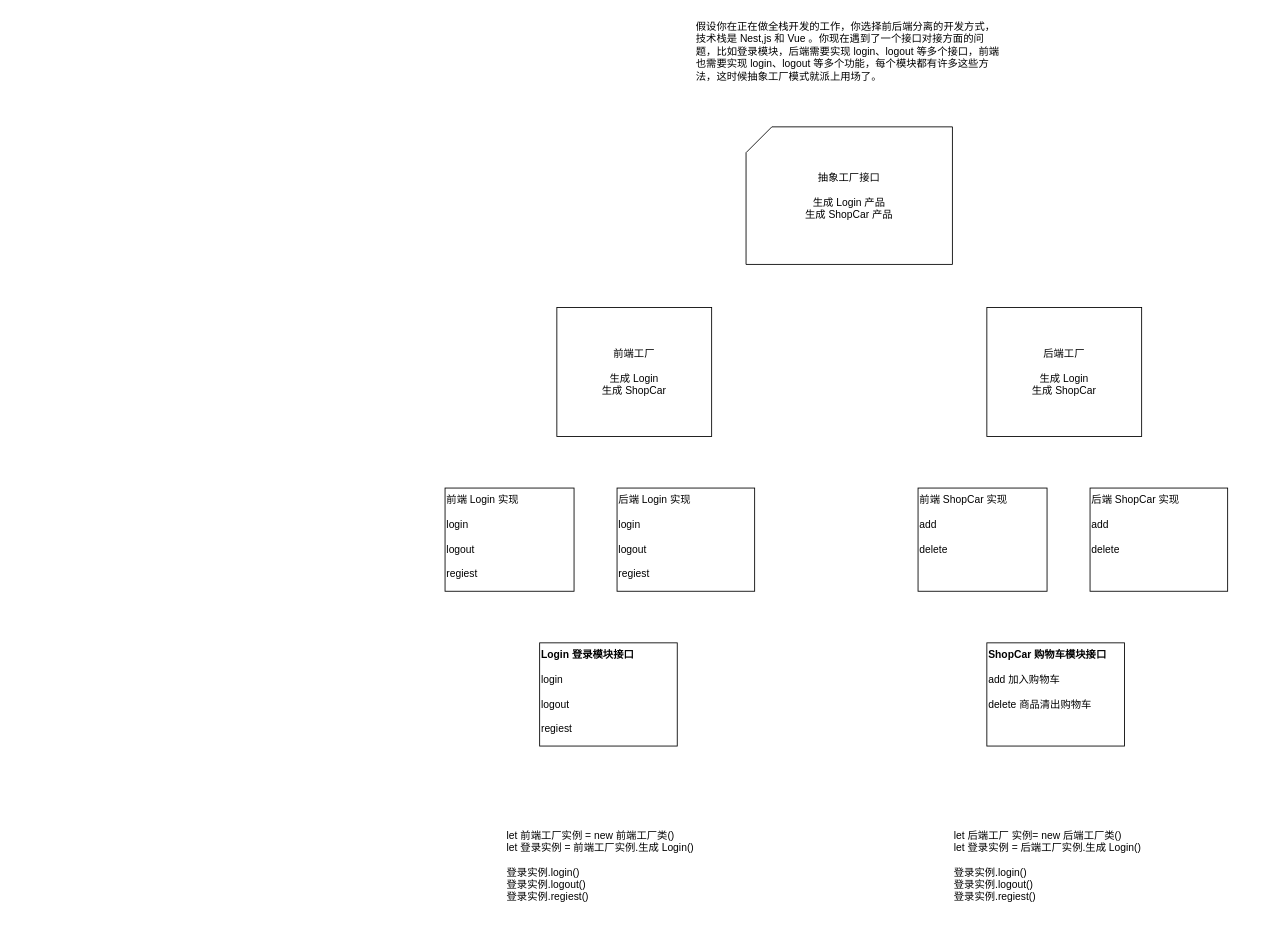
This is 抽象工厂模式使用示例（一）.drawio from Humyang/API-Diagram, a draw.io file, before an edit. Source tidied: cells renumbered, new cells numbered last; positions are measured from the earlier drawing's top-left corner, leaving out a move shared by most shapes. Both pictures are drawn from the tidied source at 86%, with x=0, y=0 at pixel (445, 15).
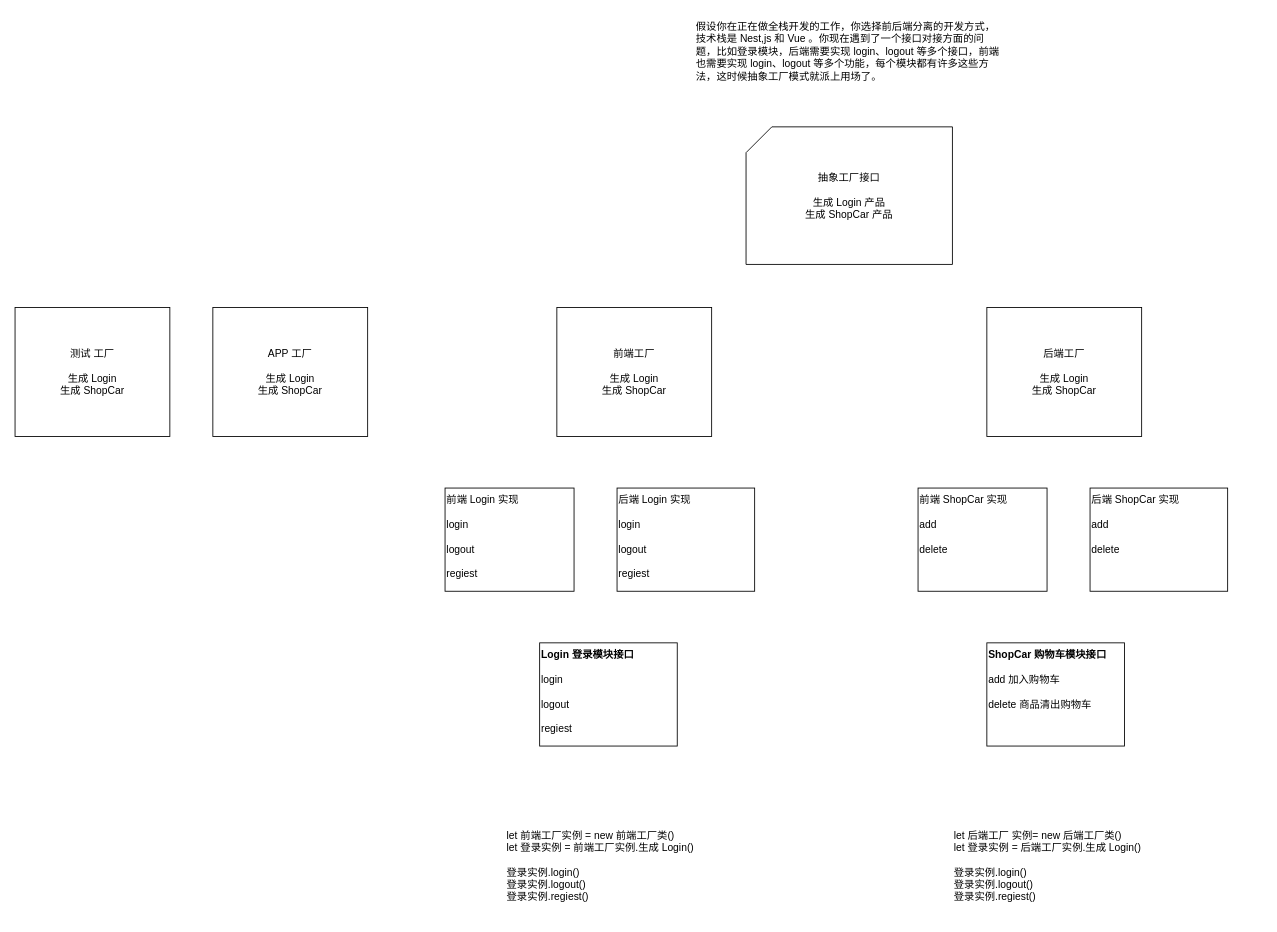
The same diagram, later.

Commit message:
更新抽象工厂模式使用示例（一）.drawio

What changed in the source:
```diff
@@
 <mxGraphModel>
   <root>
     <mxCell id="0" />
     <mxCell id="1" parent="0" />
     <mxCell id="2" value="假设你在正在做全栈开发的工作，你选择前后端分离的开发方式，技术栈是 Nest,js 和 Vue 。你现在遇到了一个接口对接方面的问题，比如登录模块，后端需要实现 login、logout 等多个接口，前端也需要实现 login、logout 等多个功能，每个模块都有许多这些方法，这时候抽象工厂模式就派上用场了。" style="text;html=1;strokeColor=none;fillColor=none;align=left;verticalAlign=top;whiteSpace=wrap;rounded=0;spacingTop=0;" parent="1" vertex="1">
       <mxGeometry x="290" width="360" height="130" as="geometry" />
     </mxCell>
     <mxCell id="3" value="&lt;b&gt;Login 登录模块接口&lt;/b&gt;&lt;br&gt;&lt;br&gt;login&amp;nbsp;&lt;br&gt;&lt;br&gt;logout&lt;br&gt;&lt;br&gt;regiest" style="rounded=0;whiteSpace=wrap;html=1;align=left;verticalAlign=top;" parent="1" vertex="1">
       <mxGeometry x="110" y="730" width="160" height="120" as="geometry" />
     </mxCell>
     <mxCell id="4" value="&lt;b&gt;ShopCar 购物车模块接口&lt;/b&gt;&lt;br&gt;&lt;br&gt;add 加入购物车&lt;br&gt;&lt;br&gt;delete 商品清出购物车" style="rounded=0;whiteSpace=wrap;html=1;align=left;verticalAlign=top;" parent="1" vertex="1">
       <mxGeometry x="630" y="730" width="160" height="120" as="geometry" />
     </mxCell>
     <mxCell id="5" value="前端 Login 实现&lt;br&gt;&lt;br&gt;login&lt;br&gt;&lt;br&gt;logout&lt;br&gt;&lt;br&gt;regiest" style="rounded=0;whiteSpace=wrap;html=1;align=left;verticalAlign=top;" parent="1" vertex="1">
       <mxGeometry y="550" width="150" height="120" as="geometry" />
     </mxCell>
     <mxCell id="6" value="后端 Login 实现&lt;br&gt;&lt;br&gt;login&lt;br&gt;&lt;br&gt;logout&lt;br&gt;&lt;br&gt;regiest" style="rounded=0;whiteSpace=wrap;html=1;align=left;verticalAlign=top;" parent="1" vertex="1">
       <mxGeometry x="200" y="550" width="160" height="120" as="geometry" />
     </mxCell>
     <mxCell id="7" value="前端 ShopCar 实现&lt;br&gt;&lt;br&gt;add&lt;br&gt;&lt;br&gt;delete" style="rounded=0;whiteSpace=wrap;html=1;align=left;verticalAlign=top;" parent="1" vertex="1">
       <mxGeometry x="550" y="550" width="150" height="120" as="geometry" />
     </mxCell>
     <mxCell id="8" value="后端 ShopCar 实现&lt;br&gt;&lt;br&gt;add&lt;br&gt;&lt;br&gt;delete" style="rounded=0;whiteSpace=wrap;html=1;align=left;verticalAlign=top;" parent="1" vertex="1">
       <mxGeometry x="750" y="550" width="160" height="120" as="geometry" />
     </mxCell>
     <mxCell id="9" value="前端工厂&lt;br&gt;&lt;br&gt;生成 Login&lt;br&gt;生成 ShopCar" style="rounded=0;whiteSpace=wrap;html=1;" parent="1" vertex="1">
       <mxGeometry x="130" y="340" width="180" height="150" as="geometry" />
     </mxCell>
     <mxCell id="10" value="后端工厂&lt;br&gt;&lt;br&gt;生成 Login&lt;br&gt;生成 ShopCar" style="rounded=0;whiteSpace=wrap;html=1;" parent="1" vertex="1">
       <mxGeometry x="630" y="340" width="180" height="150" as="geometry" />
     </mxCell>
     <mxCell id="11" value="抽象工厂接口&lt;br&gt;&lt;br&gt;生成 Login 产品&lt;br&gt;生成 ShopCar 产品" style="shape=card;whiteSpace=wrap;html=1;" parent="1" vertex="1">
       <mxGeometry x="350" y="130" width="240" height="160" as="geometry" />
     </mxCell>
     <mxCell id="12" value="let 前端工厂实例 = new 前端工厂类()&lt;br&gt;let 登录实例 = 前端工厂实例.生成 Login()&lt;br&gt;&lt;br&gt;登录实例.login()&lt;br&gt;登录实例.logout()&lt;br&gt;登录实例.regiest()" style="text;html=1;strokeColor=none;fillColor=none;align=left;verticalAlign=middle;whiteSpace=wrap;rounded=0;" parent="1" vertex="1">
       <mxGeometry x="70" y="930" width="360" height="120" as="geometry" />
     </mxCell>
     <mxCell id="13" value="let 后端工厂 实例= new 后端工厂类()&lt;br&gt;let 登录实例 = 后端工厂实例.生成 Login()&lt;br&gt;&lt;br&gt;登录实例.login()&lt;br&gt;登录实例.logout()&lt;br&gt;登录实例.regiest()" style="text;html=1;strokeColor=none;fillColor=none;align=left;verticalAlign=middle;whiteSpace=wrap;rounded=0;" parent="1" vertex="1">
       <mxGeometry x="590" y="930" width="360" height="120" as="geometry" />
     </mxCell>
+    <mxCell id="14" value="APP 工厂&lt;br&gt;&lt;br&gt;生成 Login&lt;br&gt;生成 ShopCar" style="rounded=0;whiteSpace=wrap;html=1;" parent="1" vertex="1">
+      <mxGeometry x="-270" y="340" width="180" height="150" as="geometry" />
+    </mxCell>
+    <mxCell id="15" value="测试 工厂&lt;br&gt;&lt;br&gt;生成 Login&lt;br&gt;生成 ShopCar" style="rounded=0;whiteSpace=wrap;html=1;" parent="1" vertex="1">
+      <mxGeometry x="-500" y="340" width="180" height="150" as="geometry" />
+    </mxCell>
   </root>
 </mxGraphModel>
```
